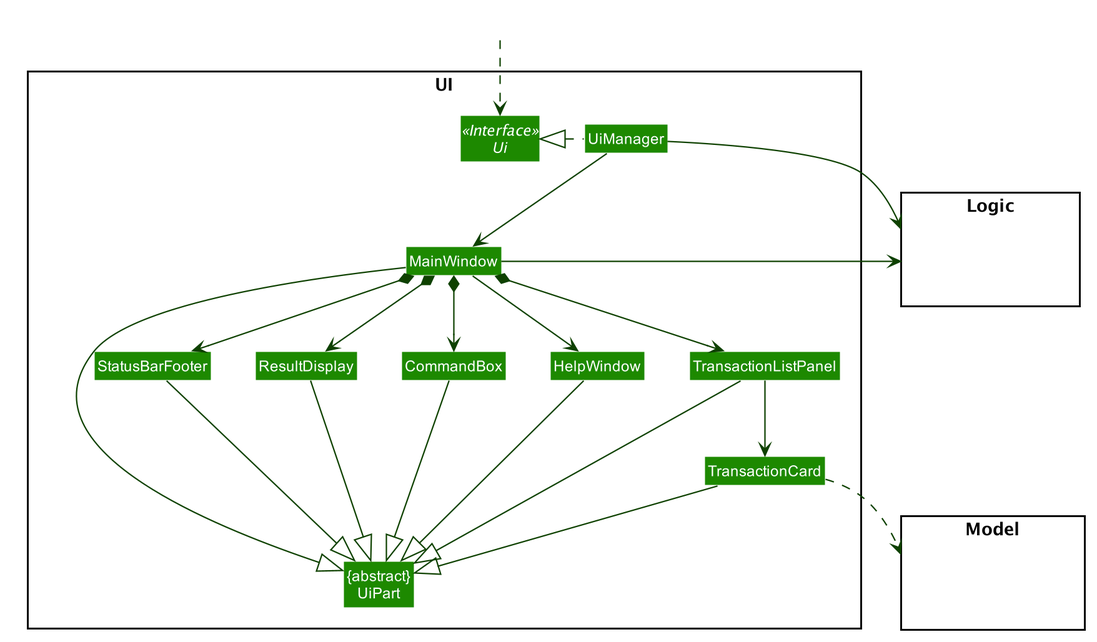
Before: docs/images/UiClassDiagram.png, a diagram exported from PlantUML (AY2021S1-CS2103T-W16-3/tp).
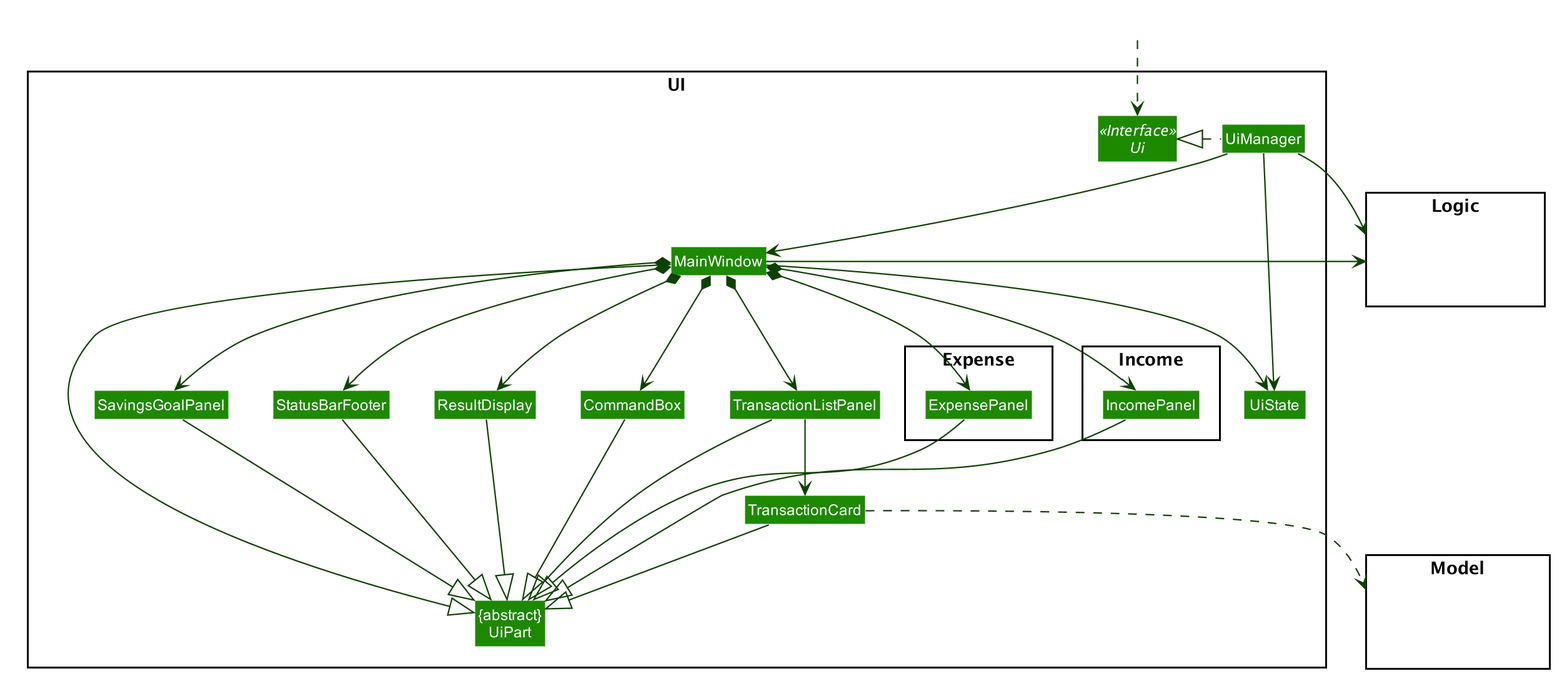
Later version of the same file.

Commit message:
Update storage and ui class diagrams

Change to the diagram source:
```diff
@@ -56,12 +56,21 @@
 Class "{abstract}\nUiPart" as UiPart
 Class UiManager
 Class MainWindow
-Class HelpWindow
 Class ResultDisplay
 Class TransactionListPanel
 Class TransactionCard
 Class StatusBarFooter
 Class CommandBox
+Class SavingsGoalPanel
+Class UiState
+
+package Expense {
+Class ExpensePanel
+}
+package Income {
+Class IncomePanel
+}
+
 }
 
 package Model <<Rectangle>> {
@@ -77,11 +86,15 @@
 
 UiManager .left.|> Ui
 UiManager -down-> MainWindow
-MainWindow --> HelpWindow
+UiManager --> UiState
+MainWindow --> UiState
 MainWindow *-down-> CommandBox
 MainWindow *-down-> ResultDisplay
 MainWindow *-down-> TransactionListPanel
 MainWindow *-down-> StatusBarFooter
+MainWindow *-down-> ExpensePanel
+MainWindow *-down-> IncomePanel
+MainWindow *-down-> SavingsGoalPanel
 
 TransactionListPanel -down-> TransactionCard
 
@@ -92,16 +105,18 @@
 TransactionListPanel --|> UiPart
 TransactionCard --|> UiPart
 StatusBarFooter --|> UiPart
-HelpWindow -down-|> UiPart
+ExpensePanel --|> UiPart
+IncomePanel --|> UiPart
+SavingsGoalPanel --|> UiPart
 
 TransactionCard ..> Model
 UiManager -right-> Logic
 MainWindow -left-> Logic
 
-TransactionListPanel -[hidden]left- HelpWindow
-HelpWindow -[hidden]left- CommandBox
 CommandBox -[hidden]left- ResultDisplay
 ResultDisplay -[hidden]left- StatusBarFooter
+ExpensePanel -[hidden]left- TransactionListPanel
+IncomePanel -[hidden]left- SavingsGoalPanel
 
 MainWindow -[hidden]-|> UiPart
 @enduml
```
